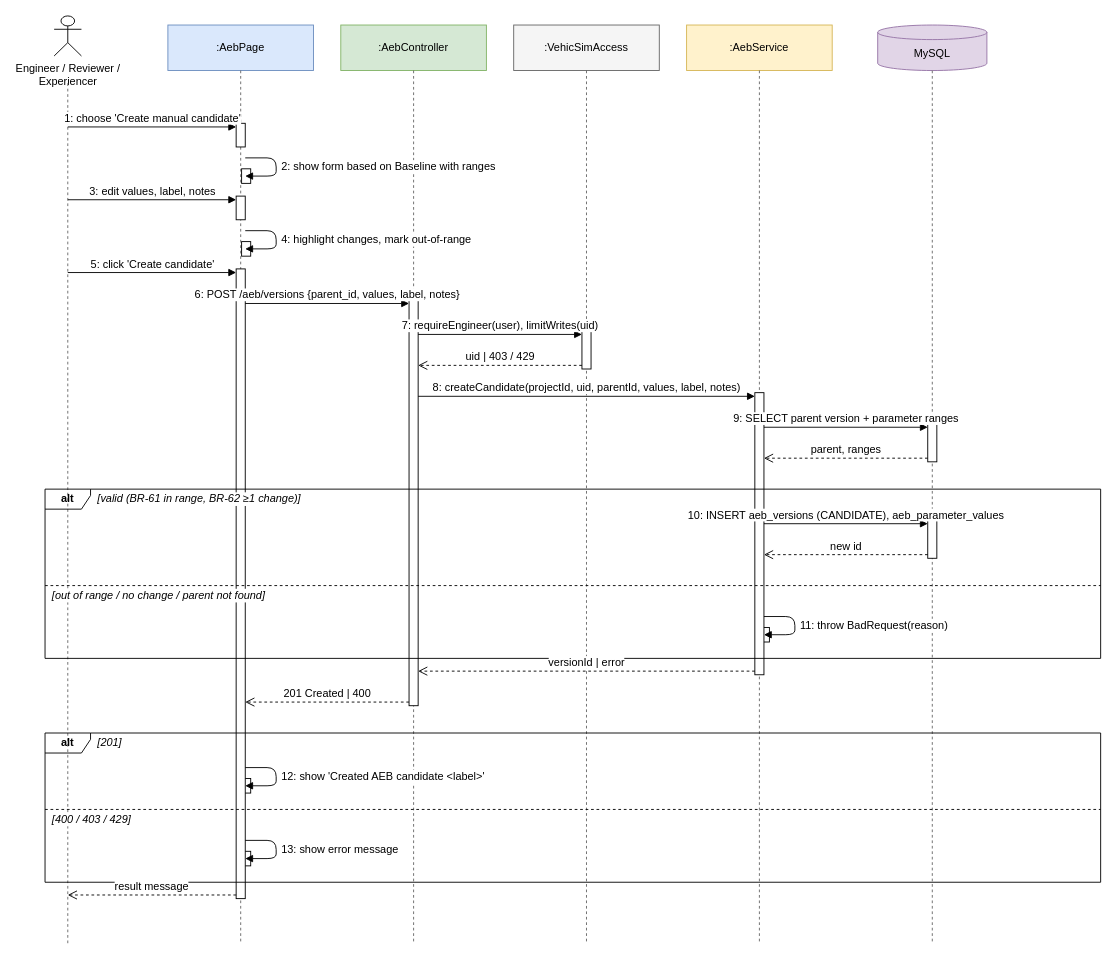
Above: docs/report/diagrams/fe09-11/fe10-add-aeb-configuration.drawio in Menakanchi/SEP490-FA26-G15 (draw.io), before the change. Source tidied: cells renumbered, new cells numbered last; positions are measured from the earlier drawing's top-left corner, leaving out a move shared by most shapes. Both pictures are drawn from the tidied source at 91%, with x=0, y=0 at pixel (45, 15).
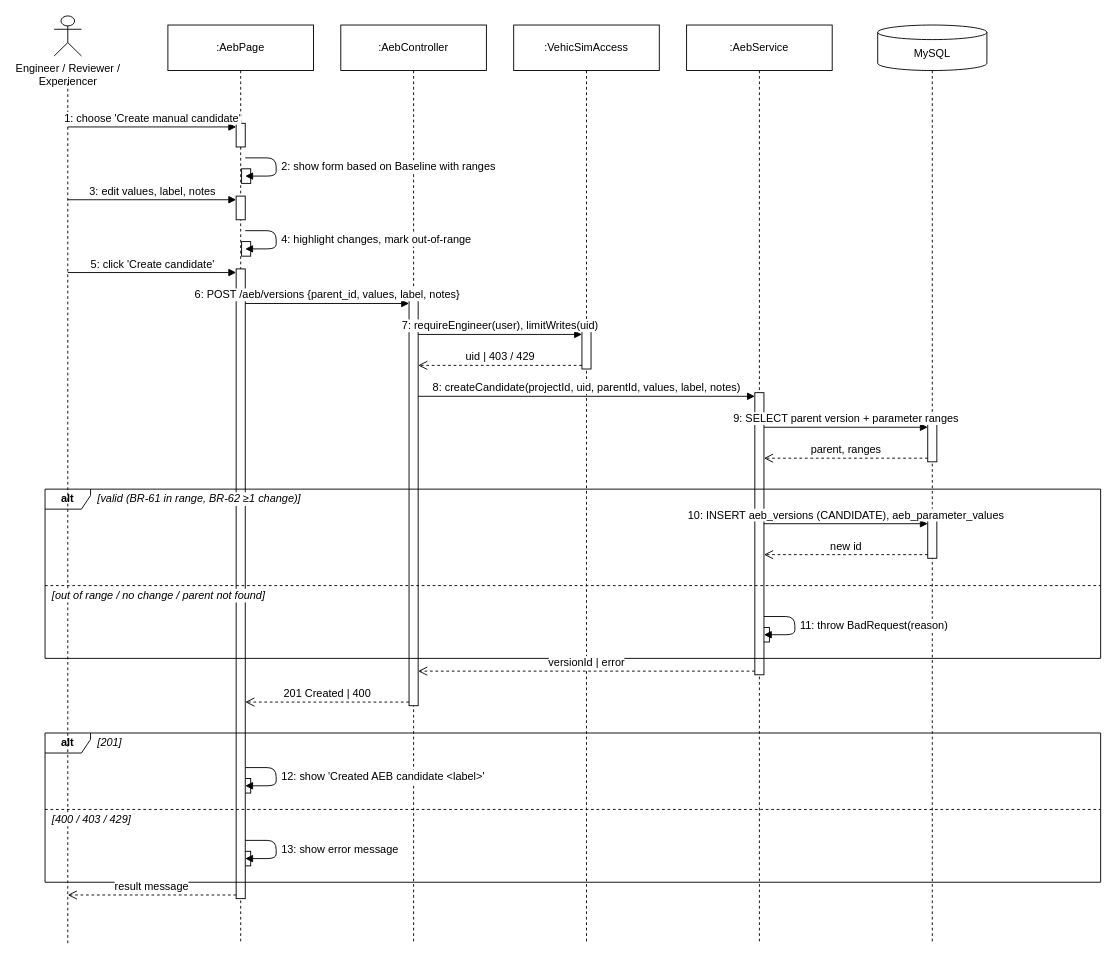
The same diagram, later.

Change to the diagram source:
```diff
@@
-    <mxCell id="3" style="endArrow=none;dashed=1;html=1;strokeColor=#666666;" parent="1" edge="1">
+    <mxCell id="3" style="endArrow=none;dashed=1;html=1;strokeColor=#000000;" parent="1" edge="1">
       <mxGeometry relative="1" as="geometry">
         <mxPoint x="25" y="74" as="sourcePoint" />
         <mxPoint x="25" y="1020" as="targetPoint" />
       </mxGeometry>
     </mxCell>
-    <mxCell id="4" value=":AebPage" style="fontFamily=Helvetica;fontSize=12;rounded=0;whiteSpace=wrap;html=1;fillColor=#dae8fc;strokeColor=#6c8ebf;fontStyle=0;" parent="1" vertex="1">
+    <mxCell id="4" value=":AebPage" style="fontFamily=Helvetica;fontSize=12;rounded=0;whiteSpace=wrap;html=1;fillColor=#ffffff;strokeColor=#000000;fontStyle=0;" parent="1" vertex="1">
       <mxGeometry x="135" y="10" width="160" height="50" as="geometry" />
     </mxCell>
-    <mxCell id="5" style="endArrow=none;dashed=1;html=1;strokeColor=#666666;" parent="1" edge="1">
+    <mxCell id="5" style="endArrow=none;dashed=1;html=1;strokeColor=#000000;" parent="1" edge="1">
       <mxGeometry relative="1" as="geometry">
         <mxPoint x="215" y="60" as="sourcePoint" />
         <mxPoint x="215" y="1020" as="targetPoint" />
       </mxGeometry>
     </mxCell>
-    <mxCell id="6" value=":AebController" style="fontFamily=Helvetica;fontSize=12;rounded=0;whiteSpace=wrap;html=1;fillColor=#d5e8d4;strokeColor=#82b366;fontStyle=0;" parent="1" vertex="1">
+    <mxCell id="6" value=":AebController" style="fontFamily=Helvetica;fontSize=12;rounded=0;whiteSpace=wrap;html=1;fillColor=#ffffff;strokeColor=#000000;fontStyle=0;" parent="1" vertex="1">
       <mxGeometry x="325" y="10" width="160" height="50" as="geometry" />
     </mxCell>
-    <mxCell id="7" style="endArrow=none;dashed=1;html=1;strokeColor=#666666;" parent="1" edge="1">
+    <mxCell id="7" style="endArrow=none;dashed=1;html=1;strokeColor=#000000;" parent="1" edge="1">
       <mxGeometry relative="1" as="geometry">
         <mxPoint x="405" y="60" as="sourcePoint" />
         <mxPoint x="405" y="1020" as="targetPoint" />
       </mxGeometry>
     </mxCell>
-    <mxCell id="8" value=":VehicSimAccess" style="fontFamily=Helvetica;fontSize=12;rounded=0;whiteSpace=wrap;html=1;fillColor=#f5f5f5;strokeColor=#666666;fontStyle=0;" parent="1" vertex="1">
+    <mxCell id="8" value=":VehicSimAccess" style="fontFamily=Helvetica;fontSize=12;rounded=0;whiteSpace=wrap;html=1;fillColor=#ffffff;strokeColor=#000000;fontStyle=0;" parent="1" vertex="1">
       <mxGeometry x="515" y="10" width="160" height="50" as="geometry" />
     </mxCell>
-    <mxCell id="9" style="endArrow=none;dashed=1;html=1;strokeColor=#666666;" parent="1" edge="1">
+    <mxCell id="9" style="endArrow=none;dashed=1;html=1;strokeColor=#000000;" parent="1" edge="1">
       <mxGeometry relative="1" as="geometry">
         <mxPoint x="595" y="60" as="sourcePoint" />
         <mxPoint x="595" y="1020" as="targetPoint" />
       </mxGeometry>
     </mxCell>
-    <mxCell id="10" value=":AebService" style="fontFamily=Helvetica;fontSize=12;rounded=0;whiteSpace=wrap;html=1;fillColor=#fff2cc;strokeColor=#d6b656;fontStyle=0;" parent="1" vertex="1">
+    <mxCell id="10" value=":AebService" style="fontFamily=Helvetica;fontSize=12;rounded=0;whiteSpace=wrap;html=1;fillColor=#ffffff;strokeColor=#000000;fontStyle=0;" parent="1" vertex="1">
       <mxGeometry x="705" y="10" width="160" height="50" as="geometry" />
     </mxCell>
-    <mxCell id="11" style="endArrow=none;dashed=1;html=1;strokeColor=#666666;" parent="1" edge="1">
+    <mxCell id="11" style="endArrow=none;dashed=1;html=1;strokeColor=#000000;" parent="1" edge="1">
       <mxGeometry relative="1" as="geometry">
         <mxPoint x="785" y="60" as="sourcePoint" />
         <mxPoint x="785" y="1020" as="targetPoint" />
       </mxGeometry>
     </mxCell>
-    <mxCell id="12" value="MySQL" style="fontFamily=Helvetica;fontSize=12;shape=cylinder3;whiteSpace=wrap;html=1;boundedLbl=1;backgroundOutline=1;size=8;fillColor=#e1d5e7;strokeColor=#9673a6;" parent="1" vertex="1">
+    <mxCell id="12" value="MySQL" style="fontFamily=Helvetica;fontSize=12;shape=cylinder3;whiteSpace=wrap;html=1;boundedLbl=1;backgroundOutline=1;size=8;fillColor=#ffffff;strokeColor=#000000;" parent="1" vertex="1">
       <mxGeometry x="915" y="10" width="120" height="50" as="geometry" />
     </mxCell>
-    <mxCell id="13" style="endArrow=none;dashed=1;html=1;strokeColor=#666666;" parent="1" edge="1">
+    <mxCell id="13" style="endArrow=none;dashed=1;html=1;strokeColor=#000000;" parent="1" edge="1">
       <mxGeometry relative="1" as="geometry">
         <mxPoint x="975" y="60" as="sourcePoint" />
         <mxPoint x="975" y="1020" as="targetPoint" />
       </mxGeometry>
     </mxCell>
```
